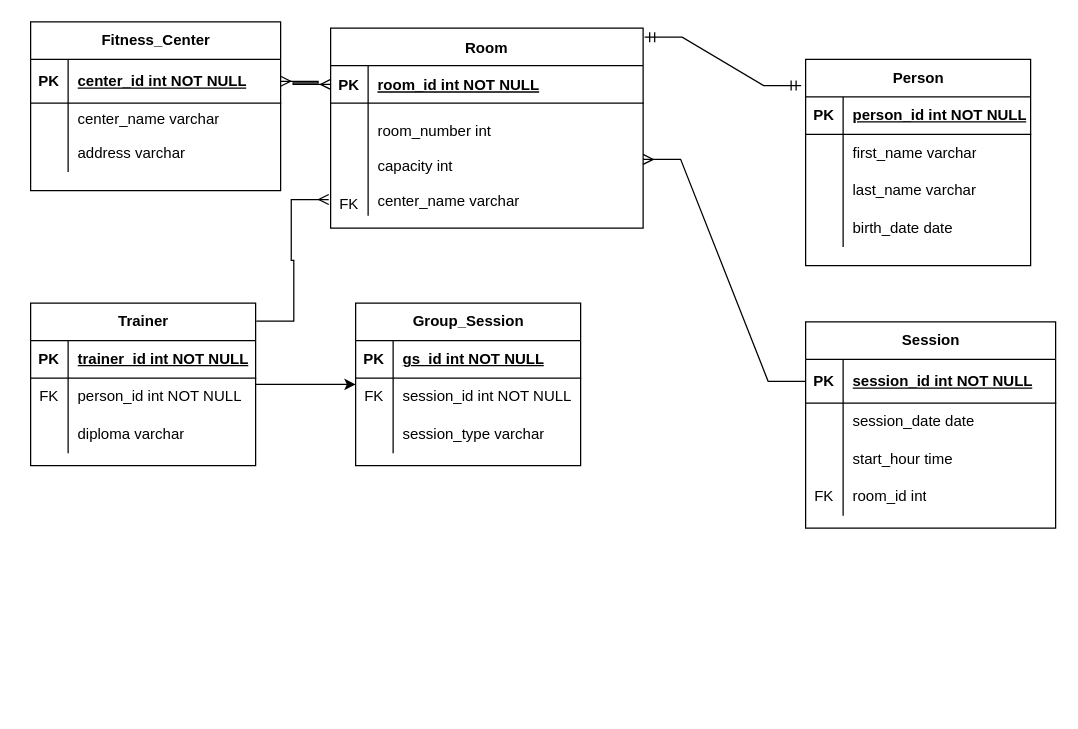
Above: Problem_1.drawio.xml in pateldeep99/Practical-1-ERD- (draw.io), before the change. Source tidied: cells renumbered, new cells numbered last; positions are measured from the earlier drawing's top-left corner, leaving out a move shared by most shapes. Both pictures are drawn from the tidied source at 125%, with x=0, y=0 at pixel (30, 21).
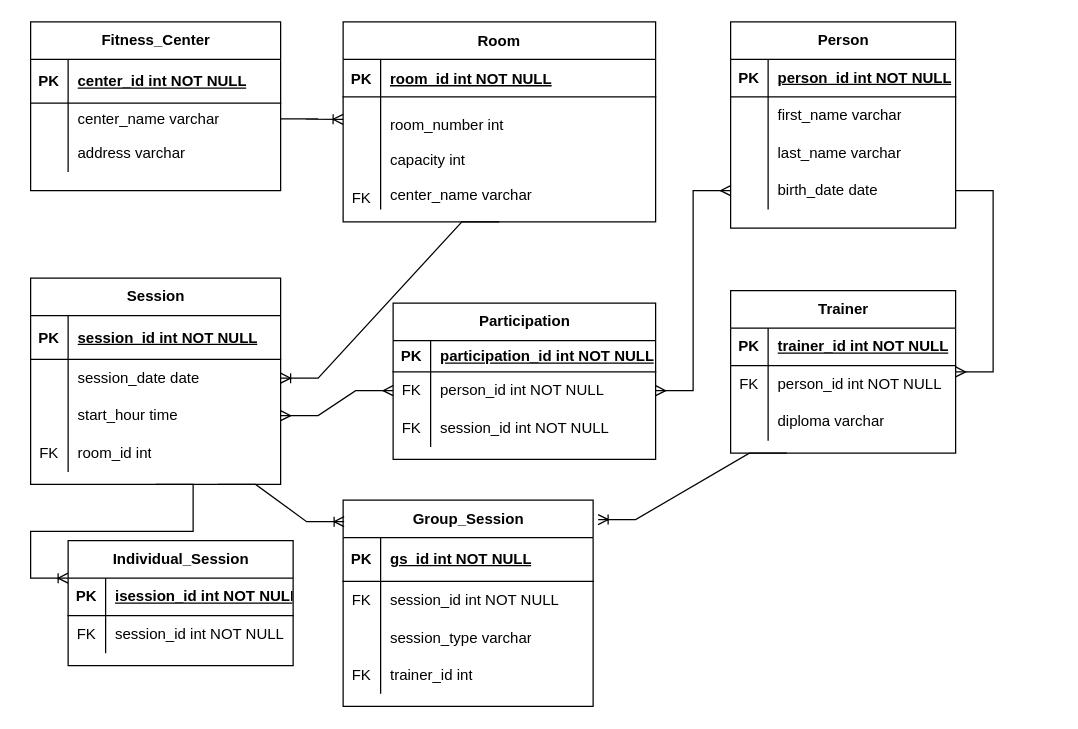
The same diagram, later.

The change refers to these unchanged cells:
```xml
<mxCell id="3" style="shape=partialRectangle;fillColor=none;points=[[0,0.5],[1,0.5]];portConstraint=eastwest;top=0;left=0;right=0;bottom=1;" parent="2" vertex="1">
  <mxGeometry y="30" width="250" height="30" as="geometry" />
</mxCell>
<mxCell id="6" style="shape=partialRectangle;fillColor=none;points=[[0,0.5],[1,0.5]];portConstraint=eastwest;top=0;left=0;right=0;bottom=0;" parent="2" vertex="1">
  <mxGeometry y="60" width="250" height="90" as="geometry" />
</mxCell>
<mxCell id="13" style="shape=tableRow;horizontal=0;startSize=0;swimlaneHead=0;swimlaneBody=0;fillColor=none;points=[[0,0.5],[1,0.5]];portConstraint=eastwest;top=0;left=0;right=0;bottom=1;" parent="12" vertex="1">
  <mxGeometry y="30" width="200" height="35" as="geometry" />
</mxCell>
<mxCell id="16" style="shape=tableRow;horizontal=0;startSize=0;swimlaneHead=0;swimlaneBody=0;fillColor=none;points=[[0,0.5],[1,0.5]];portConstraint=eastwest;top=0;left=0;right=0;bottom=0;" parent="12" vertex="1">
  <mxGeometry y="65" width="200" height="25" as="geometry" />
</mxCell>
<mxCell id="43" style="shape=tableRow;horizontal=0;startSize=0;swimlaneHead=0;swimlaneBody=0;fillColor=none;points=[[0,0.5],[1,0.5]];portConstraint=eastwest;top=0;left=0;right=0;bottom=0;" parent="33" vertex="1">
  <mxGeometry y="120" width="180" height="30" as="geometry" />
</mxCell>
<mxCell id="47" style="shape=tableRow;horizontal=0;startSize=0;swimlaneHead=0;swimlaneBody=0;fillColor=none;points=[[0,0.5],[1,0.5]];portConstraint=eastwest;top=0;left=0;right=0;bottom=1;" parent="46" vertex="1">
  <mxGeometry y="30" width="200" height="35" as="geometry" />
</mxCell>
<mxCell id="50" style="shape=tableRow;horizontal=0;startSize=0;swimlaneHead=0;swimlaneBody=0;fillColor=none;points=[[0,0.5],[1,0.5]];portConstraint=eastwest;top=0;left=0;right=0;bottom=0;" parent="46" vertex="1">
  <mxGeometry y="65" width="200" height="30" as="geometry" />
</mxCell>
<mxCell id="53" style="shape=tableRow;horizontal=0;startSize=0;swimlaneHead=0;swimlaneBody=0;fillColor=none;points=[[0,0.5],[1,0.5]];portConstraint=eastwest;top=0;left=0;right=0;bottom=0;" parent="46" vertex="1">
  <mxGeometry y="95" width="200" height="30" as="geometry" />
</mxCell>
```

What changed in the source:
```diff
@@
     <mxCell id="2" value="Room" style="shape=table;startSize=30;childLayout=tableLayout;rowLines=0;fontStyle=1;align=center;" parent="1" vertex="1">
-      <mxGeometry x="240" y="5" width="250" height="160" as="geometry" />
+      <mxGeometry x="250" width="250" height="160" as="geometry" />
     </mxCell>
@@
-    <mxCell id="9" style="edgeStyle=entityRelationEdgeStyle;fontSize=12;html=1;endArrow=ERmany;rounded=0;entryX=-0.006;entryY=0.857;entryDx=0;entryDy=0;entryPerimeter=0;exitX=1.003;exitY=0.11;exitDx=0;exitDy=0;exitPerimeter=0;" parent="1" edge="1" source="23" target="6">
-      <mxGeometry relative="1" as="geometry">
-        <Array as="points">
-          <mxPoint x="270" y="371" />
-          <mxPoint x="320" y="345" />
-          <mxPoint x="670" y="325" />
-        </Array>
-      </mxGeometry>
-    </mxCell>
-    <mxCell id="10" style="edgeStyle=entityRelationEdgeStyle;fontSize=12;html=1;endArrow=ERmany;startArrow=ERmany;rounded=0;exitX=1;exitY=0.5;exitDx=0;exitDy=0;entryX=0;entryY=0.5;entryDx=0;entryDy=0;" parent="1" edge="1" source="13" target="3">
-      <mxGeometry relative="1" as="geometry">
-        <Array as="points">
-          <mxPoint x="310" y="386.8" />
-        </Array>
-      </mxGeometry>
-    </mxCell>
-    <mxCell id="11" style="edgeStyle=entityRelationEdgeStyle;fontSize=12;html=1;endArrow=ERmandOne;startArrow=ERmandOne;rounded=0;exitX=1.005;exitY=0.045;exitDx=0;exitDy=0;exitPerimeter=0;entryX=-0.02;entryY=0.127;entryDx=0;entryDy=0;entryPerimeter=0;" parent="1" edge="1" source="2" target="33">
-      <mxGeometry relative="1" as="geometry" />
-    </mxCell>
@@
-    <mxCell id="22" style="edgeStyle=orthogonalEdgeStyle;rounded=0;jettySize=auto;html=1;" parent="1" edge="1" source="23" target="60">
-      <mxGeometry relative="1" as="geometry" />
-    </mxCell>
     <mxCell id="23" value="Trainer" style="shape=table;startSize=30;childLayout=tableLayout;rowLines=0;fontStyle=1;align=center;html=1;" parent="1" vertex="1">
-      <mxGeometry y="225" width="180" height="130" as="geometry" />
+      <mxGeometry x="560" y="215" width="180" height="130" as="geometry" />
     </mxCell>
@@
     <mxCell id="33" value="Person" style="shape=table;startSize=30;childLayout=tableLayout;rowLines=0;fontStyle=1;align=center;html=1;" parent="1" vertex="1">
-      <mxGeometry x="620" y="30" width="180" height="165" as="geometry" />
+      <mxGeometry x="560" width="180" height="165" as="geometry" />
     </mxCell>
@@
     <mxCell id="46" value="Session" style="shape=table;startSize=30;childLayout=tableLayout;rowLines=0;fontStyle=1;align=center;html=1;" parent="1" vertex="1">
-      <mxGeometry x="620" y="240" width="200" height="165" as="geometry" />
+      <mxGeometry y="205" width="200" height="165" as="geometry" />
     </mxCell>
@@
-    <mxCell id="59" style="edgeStyle=entityRelationEdgeStyle;fontSize=12;html=1;endArrow=ERmany;rounded=0;exitX=0;exitY=0.5;exitDx=0;exitDy=0;" parent="1" edge="1" source="47" target="6">
-      <mxGeometry relative="1" as="geometry" />
-    </mxCell>
     <mxCell id="60" value="Group_Session" style="shape=table;startSize=30;childLayout=tableLayout;rowLines=0;fontStyle=1;align=center;html=1;" parent="1" vertex="1">
-      <mxGeometry x="260" y="225" width="180" height="130" as="geometry" />
+      <mxGeometry x="250" y="382.5" width="200" height="165" as="geometry" />
     </mxCell>
+    <mxCell id="70" style="shape=tableRow;horizontal=0;startSize=0;swimlaneHead=0;swimlaneBody=0;fillColor=none;top=0;left=0;right=0;bottom=1;" parent="60" vertex="1">
+      <mxGeometry y="30" width="200" height="35" as="geometry" />
+    </mxCell>
+    <mxCell id="71" value="PK" style="shape=partialRectangle;fillColor=none;top=0;left=0;bottom=0;right=0;fontStyle=1;overflow=hidden;whiteSpace=wrap;html=1;" parent="70" vertex="1">
+      <mxGeometry width="30" height="35" as="geometry" />
+    </mxCell>
+    <mxCell id="63" value="gs_id int NOT NULL" style="shape=partialRectangle;fillColor=none;top=0;left=0;bottom=0;right=0;align=left;spacingLeft=6;fontStyle=5;overflow=hidden;whiteSpace=wrap;html=1;" parent="70" vertex="1">
+      <mxGeometry x="30" width="170" height="35" as="geometry" />
+    </mxCell>
+    <mxCell id="72" style="shape=tableRow;horizontal=0;startSize=0;swimlaneHead=0;swimlaneBody=0;fillColor=none;top=0;left=0;right=0;bottom=0;" parent="60" vertex="1">
+      <mxGeometry y="65" width="200" height="30" as="geometry" />
+    </mxCell>
+    <mxCell id="73" value="FK" style="shape=partialRectangle;fillColor=none;top=0;left=0;bottom=0;right=0;overflow=hidden;whiteSpace=wrap;html=1;" parent="72" vertex="1">
+      <mxGeometry width="30" height="30" as="geometry" />
+    </mxCell>
+    <mxCell id="74" value="&lt;span style=&quot;white-space: nowrap;&quot;&gt;session_id int NOT NULL&lt;/span&gt;" style="shape=partialRectangle;fillColor=none;top=0;left=0;bottom=0;right=0;align=left;spacingLeft=6;overflow=hidden;whiteSpace=wrap;html=1;" parent="72" vertex="1">
+      <mxGeometry x="30" width="170" height="30" as="geometry" />
+    </mxCell>
+    <mxCell id="75" style="shape=tableRow;horizontal=0;startSize=0;swimlaneHead=0;swimlaneBody=0;fillColor=none;top=0;left=0;right=0;bottom=0;" parent="60" vertex="1">
+      <mxGeometry y="95" width="200" height="30" as="geometry" />
+    </mxCell>
+    <mxCell id="68" style="shape=partialRectangle;fillColor=none;top=0;left=0;bottom=0;right=0;overflow=hidden;whiteSpace=wrap;html=1;" parent="75" vertex="1">
+      <mxGeometry width="30" height="30" as="geometry" />
+    </mxCell>
+    <mxCell id="69" value="&lt;span style=&quot;white-space: nowrap;&quot;&gt;session_type varchar&lt;/span&gt;" style="shape=partialRectangle;fillColor=none;top=0;left=0;bottom=0;right=0;align=left;spacingLeft=6;overflow=hidden;whiteSpace=wrap;html=1;" parent="75" vertex="1">
+      <mxGeometry x="30" width="170" height="30" as="geometry" />
+    </mxCell>
+    <mxCell id="76" style="shape=tableRow;horizontal=0;startSize=0;swimlaneHead=0;swimlaneBody=0;fillColor=none;top=0;left=0;right=0;bottom=0;" parent="60" vertex="1">
+      <mxGeometry y="125" width="200" height="30" as="geometry" />
+    </mxCell>
+    <mxCell id="77" value="FK" style="shape=partialRectangle;fillColor=none;top=0;left=0;bottom=0;right=0;overflow=hidden;whiteSpace=wrap;html=1;" parent="76" vertex="1">
+      <mxGeometry width="30" height="30" as="geometry" />
+    </mxCell>
+    <mxCell id="78" value="trainer_id int" style="shape=partialRectangle;fillColor=none;top=0;left=0;bottom=0;right=0;align=left;spacingLeft=6;overflow=hidden;whiteSpace=wrap;html=1;" parent="76" vertex="1">
+      <mxGeometry x="30" width="170" height="30" as="geometry" />
+    </mxCell>
+    <mxCell id="79" value="Individual_Session" style="shape=table;startSize=30;childLayout=tableLayout;rowLines=0;fontStyle=1;align=center;html=1;" parent="1" vertex="1">
+      <mxGeometry x="30" y="415" width="180" height="100" as="geometry" />
+    </mxCell>
-    <mxCell id="61" style="shape=tableRow;horizontal=0;startSize=0;swimlaneHead=0;swimlaneBody=0;fillColor=none;top=0;left=0;right=0;bottom=1;" parent="60" vertex="1">
+    <mxCell id="61" style="shape=tableRow;horizontal=0;startSize=0;swimlaneHead=0;swimlaneBody=0;fillColor=none;top=0;left=0;right=0;bottom=1;" parent="79" vertex="1">
       <mxGeometry y="30" width="180" height="30" as="geometry" />
     </mxCell>
@@
-    <mxCell id="63" value="&lt;span style=&quot;text-wrap: nowrap;&quot;&gt;gs_id int NOT NULL&lt;/span&gt;" style="shape=partialRectangle;fillColor=none;top=0;left=0;bottom=0;right=0;align=left;spacingLeft=6;fontStyle=5;overflow=hidden;whiteSpace=wrap;html=1;" parent="61" vertex="1">
-      <mxGeometry x="30" width="150" height="30" as="geometry" />
-    </mxCell>
+    <mxCell id="80" value="&lt;span style=&quot;text-wrap: nowrap;&quot;&gt;isession_id int NOT NULL&lt;/span&gt;" style="shape=partialRectangle;fillColor=none;top=0;left=0;bottom=0;right=0;align=left;spacingLeft=6;fontStyle=5;overflow=hidden;whiteSpace=wrap;html=1;" parent="61" vertex="1">
+      <mxGeometry x="30" width="150" height="30" as="geometry" />
+    </mxCell>
-    <mxCell id="64" style="shape=tableRow;horizontal=0;startSize=0;swimlaneHead=0;swimlaneBody=0;fillColor=none;top=0;left=0;right=0;bottom=0;" parent="60" vertex="1">
+    <mxCell id="64" style="shape=tableRow;horizontal=0;startSize=0;swimlaneHead=0;swimlaneBody=0;fillColor=none;top=0;left=0;right=0;bottom=0;" parent="79" vertex="1">
       <mxGeometry y="60" width="180" height="30" as="geometry" />
     </mxCell>
-    <mxCell id="65" value="&lt;span style=&quot;text-wrap: nowrap;&quot;&gt;FK&lt;/span&gt;" style="shape=partialRectangle;fillColor=none;top=0;left=0;bottom=0;right=0;overflow=hidden;whiteSpace=wrap;html=1;" parent="64" vertex="1">
-      <mxGeometry width="30" height="30" as="geometry" />
-    </mxCell>
+    <mxCell id="81" value="&lt;span style=&quot;text-wrap: nowrap;&quot;&gt;FK&lt;/span&gt;" style="shape=partialRectangle;fillColor=none;top=0;left=0;bottom=0;right=0;overflow=hidden;whiteSpace=wrap;html=1;" parent="64" vertex="1">
+      <mxGeometry width="30" height="30" as="geometry" />
+    </mxCell>
@@
-    <mxCell id="67" style="shape=tableRow;horizontal=0;startSize=0;swimlaneHead=0;swimlaneBody=0;fillColor=none;top=0;left=0;right=0;bottom=0;" parent="60" vertex="1">
-      <mxGeometry y="90" width="180" height="30" as="geometry" />
-    </mxCell>
-    <mxCell id="68" style="shape=partialRectangle;fillColor=none;top=0;left=0;bottom=0;right=0;overflow=hidden;whiteSpace=wrap;html=1;" parent="67" vertex="1">
-      <mxGeometry width="30" height="30" as="geometry" />
-    </mxCell>
-    <mxCell id="69" value="&lt;span style=&quot;text-wrap: nowrap;&quot;&gt;session_type varchar&lt;/span&gt;" style="shape=partialRectangle;fillColor=none;top=0;left=0;bottom=0;right=0;align=left;spacingLeft=6;overflow=hidden;whiteSpace=wrap;html=1;" parent="67" vertex="1">
-      <mxGeometry x="30" width="150" height="30" as="geometry" />
-    </mxCell>
+    <mxCell id="82" value="Participation" style="shape=table;startSize=30;childLayout=tableLayout;rowLines=0;fontStyle=1;align=center;html=1;" parent="1" vertex="1">
+      <mxGeometry x="290" y="225" width="210" height="125" as="geometry" />
+    </mxCell>
+    <mxCell id="83" style="shape=tableRow;horizontal=0;startSize=0;swimlaneHead=0;swimlaneBody=0;fillColor=none;top=0;left=0;right=0;bottom=1;" parent="82" vertex="1">
+      <mxGeometry y="30" width="210" height="25" as="geometry" />
+    </mxCell>
+    <mxCell id="84" value="PK" style="shape=partialRectangle;fillColor=none;top=0;left=0;bottom=0;right=0;fontStyle=1;overflow=hidden;whiteSpace=wrap;html=1;" parent="83" vertex="1">
+      <mxGeometry width="30" height="25" as="geometry" />
+    </mxCell>
+    <mxCell id="85" value="&lt;span style=&quot;text-wrap: nowrap;&quot;&gt;&lt;span style=&quot;text-align: center;&quot;&gt;participation&lt;/span&gt;_id int NOT NULL&lt;/span&gt;" style="shape=partialRectangle;fillColor=none;top=0;left=0;bottom=0;right=0;align=left;spacingLeft=6;fontStyle=5;overflow=hidden;whiteSpace=wrap;html=1;" parent="83" vertex="1">
+      <mxGeometry x="30" width="180" height="25" as="geometry" />
+    </mxCell>
+    <mxCell id="86" style="shape=tableRow;horizontal=0;startSize=0;swimlaneHead=0;swimlaneBody=0;fillColor=none;points=[[0,0.5],[1,0.5]];portConstraint=eastwest;top=0;left=0;right=0;bottom=0;" parent="82" vertex="1">
+      <mxGeometry y="55" width="210" height="30" as="geometry" />
+    </mxCell>
+    <mxCell id="87" value="&lt;span style=&quot;text-wrap: nowrap;&quot;&gt;FK&lt;/span&gt;" style="shape=partialRectangle;fillColor=none;top=0;left=0;bottom=0;right=0;overflow=hidden;whiteSpace=wrap;html=1;" parent="86" vertex="1">
+      <mxGeometry width="30" height="30" as="geometry" />
+    </mxCell>
+    <mxCell id="88" value="&lt;span style=&quot;text-wrap: nowrap;&quot;&gt;person_id int NOT NULL&lt;/span&gt;" style="shape=partialRectangle;fillColor=none;top=0;left=0;bottom=0;right=0;align=left;spacingLeft=6;overflow=hidden;whiteSpace=wrap;html=1;" parent="86" vertex="1">
+      <mxGeometry x="30" width="180" height="30" as="geometry" />
+    </mxCell>
+    <mxCell id="89" style="shape=tableRow;horizontal=0;startSize=0;swimlaneHead=0;swimlaneBody=0;fillColor=none;top=0;left=0;right=0;bottom=0;" parent="82" vertex="1">
+      <mxGeometry y="85" width="210" height="30" as="geometry" />
+    </mxCell>
+    <mxCell id="90" value="FK" style="shape=partialRectangle;fillColor=none;top=0;left=0;bottom=0;right=0;overflow=hidden;whiteSpace=wrap;html=1;" parent="89" vertex="1">
+      <mxGeometry width="30" height="30" as="geometry" />
+    </mxCell>
+    <mxCell id="91" value="&lt;span style=&quot;white-space: nowrap;&quot;&gt;session_id int NOT NULL&lt;/span&gt;" style="shape=partialRectangle;fillColor=none;top=0;left=0;bottom=0;right=0;align=left;spacingLeft=6;overflow=hidden;whiteSpace=wrap;html=1;" parent="89" vertex="1">
+      <mxGeometry x="30" width="180" height="30" as="geometry" />
+    </mxCell>
+    <mxCell id="92" style="edgeStyle=entityRelationEdgeStyle;fontSize=12;html=1;endArrow=ERoneToMany;rounded=0;exitX=1;exitY=0.5;exitDx=0;exitDy=0;" parent="1" edge="1" source="16">
+      <mxGeometry relative="1" as="geometry">
+        <mxPoint x="250" y="78" as="targetPoint" />
+      </mxGeometry>
+    </mxCell>
+    <mxCell id="93" style="edgeStyle=entityRelationEdgeStyle;fontSize=12;html=1;endArrow=ERoneToMany;rounded=0;exitX=0.5;exitY=1;exitDx=0;exitDy=0;entryX=1;entryY=0.5;entryDx=0;entryDy=0;" parent="1" edge="1" source="2" target="50">
+      <mxGeometry relative="1" as="geometry" />
+    </mxCell>
+    <mxCell id="94" style="edgeStyle=entityRelationEdgeStyle;fontSize=12;html=1;endArrow=ERmany;startArrow=ERmany;rounded=0;exitX=1;exitY=0.5;exitDx=0;exitDy=0;entryX=0;entryY=0.5;entryDx=0;entryDy=0;" parent="1" edge="1" source="53" target="86">
+      <mxGeometry relative="1" as="geometry" />
+    </mxCell>
+    <mxCell id="95" style="edgeStyle=entityRelationEdgeStyle;fontSize=12;html=1;endArrow=ERmany;startArrow=ERmany;rounded=0;exitX=1;exitY=0.5;exitDx=0;exitDy=0;entryX=0;entryY=0.5;entryDx=0;entryDy=0;" parent="1" edge="1" source="86" target="43">
+      <mxGeometry relative="1" as="geometry" />
+    </mxCell>
+    <mxCell id="96" style="edgeStyle=entityRelationEdgeStyle;fontSize=12;html=1;endArrow=ERoneToMany;rounded=0;exitX=0.5;exitY=1;exitDx=0;exitDy=0;" parent="1" edge="1" source="46">
+      <mxGeometry relative="1" as="geometry">
+        <mxPoint x="30" y="445" as="targetPoint" />
+      </mxGeometry>
+    </mxCell>
+    <mxCell id="22" style="edgeStyle=entityRelationEdgeStyle;fontSize=12;html=1;endArrow=ERoneToMany;rounded=0;entryX=1.02;entryY=0.095;entryDx=0;entryDy=0;entryPerimeter=0;exitX=0.25;exitY=1;exitDx=0;exitDy=0;" parent="1" edge="1" source="23" target="60">
+      <mxGeometry relative="1" as="geometry" />
+    </mxCell>
+    <mxCell id="97" style="edgeStyle=entityRelationEdgeStyle;fontSize=12;html=1;endArrow=ERmany;rounded=0;exitX=1;exitY=0.5;exitDx=0;exitDy=0;" parent="1" edge="1" source="43" target="23">
+      <mxGeometry relative="1" as="geometry" />
+    </mxCell>
+    <mxCell id="98" style="edgeStyle=entityRelationEdgeStyle;fontSize=12;html=1;endArrow=ERoneToMany;rounded=0;entryX=0.004;entryY=0.105;entryDx=0;entryDy=0;entryPerimeter=0;exitX=0.75;exitY=1;exitDx=0;exitDy=0;" parent="1" edge="1" source="46" target="60">
+      <mxGeometry relative="1" as="geometry" />
+    </mxCell>
```
